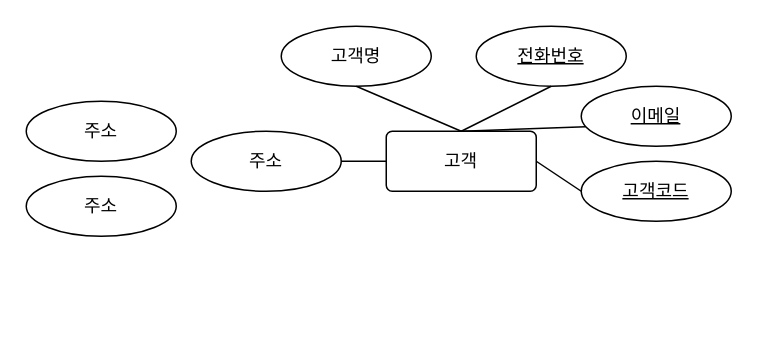
Earlier version of the draw.io diagram 제목 없는 다이어그램.drawio (kparkjun/erd). Source tidied: cells renumbered, new cells numbered last; positions are measured from the earlier drawing's top-left corner, leaving out a move shared by most shapes. Both pictures are drawn from the tidied source at 150%, with x=0, y=0 at pixel (26, 26).
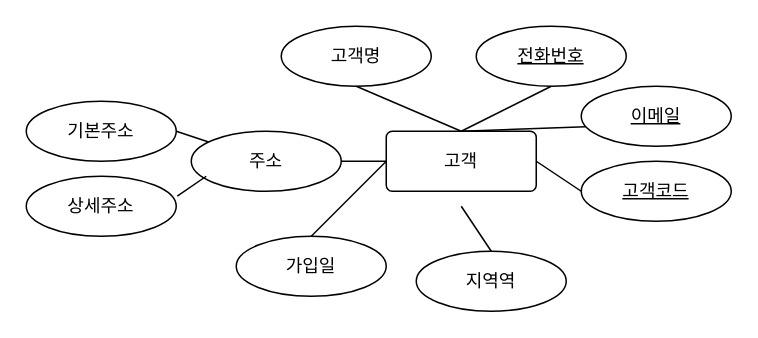
After the change.

Commit message:
제목 없는 다이어그램.drawio 업데이트

The change refers to these unchanged cells:
```xml
<mxCell id="2" value="고객" style="rounded=1;arcSize=10;whiteSpace=wrap;html=1;align=center;" parent="1" vertex="1">
  <mxGeometry x="240" y="70" width="100" height="40" as="geometry" />
</mxCell>
<mxCell id="11" value="주소" style="ellipse;whiteSpace=wrap;html=1;align=center;" parent="1" vertex="1">
  <mxGeometry x="110" y="70" width="100" height="40" as="geometry" />
</mxCell>
```

Diff of the diagram source:
```diff
@@
-    <mxCell id="13" value="주소" style="ellipse;whiteSpace=wrap;html=1;align=center;" parent="1" vertex="1">
+    <mxCell id="13" value="기본주소" style="ellipse;whiteSpace=wrap;html=1;align=center;" parent="1" vertex="1">
       <mxGeometry y="50" width="100" height="40" as="geometry" />
     </mxCell>
-    <mxCell id="14" value="주소" style="ellipse;whiteSpace=wrap;html=1;align=center;" parent="1" vertex="1">
+    <mxCell id="14" value="상세주소" style="ellipse;whiteSpace=wrap;html=1;align=center;" parent="1" vertex="1">
       <mxGeometry y="100" width="100" height="40" as="geometry" />
     </mxCell>
+    <mxCell id="15" style="endArrow=none;html=1;rounded=0;exitX=1;exitY=0.5;exitDx=0;exitDy=0;" parent="1" edge="1" source="13" target="11">
+      <mxGeometry relative="1" as="geometry" />
+    </mxCell>
+    <mxCell id="16" style="endArrow=none;html=1;rounded=0;exitX=1.007;exitY=0.333;exitDx=0;exitDy=0;exitPerimeter=0;" parent="1" edge="1" source="14">
+      <mxGeometry relative="1" as="geometry">
+        <mxPoint x="120" y="100" as="targetPoint" />
+      </mxGeometry>
+    </mxCell>
+    <mxCell id="17" value="가입일" style="ellipse;whiteSpace=wrap;html=1;align=center;" parent="1" vertex="1">
+      <mxGeometry x="140" y="140" width="100" height="40" as="geometry" />
+    </mxCell>
+    <mxCell id="18" style="endArrow=none;html=1;rounded=0;exitX=0.5;exitY=0;exitDx=0;exitDy=0;entryX=0;entryY=0.5;entryDx=0;entryDy=0;" parent="1" edge="1" source="17" target="2">
+      <mxGeometry relative="1" as="geometry" />
+    </mxCell>
+    <mxCell id="19" value="지역역" style="ellipse;whiteSpace=wrap;html=1;align=center;" parent="1" vertex="1">
+      <mxGeometry x="260" y="150" width="100" height="40" as="geometry" />
+    </mxCell>
+    <mxCell id="20" style="endArrow=none;html=1;rounded=0;exitX=0.5;exitY=0;exitDx=0;exitDy=0;" parent="1" edge="1" source="19">
+      <mxGeometry relative="1" as="geometry">
+        <mxPoint x="290" y="120" as="targetPoint" />
+      </mxGeometry>
+    </mxCell>
```
